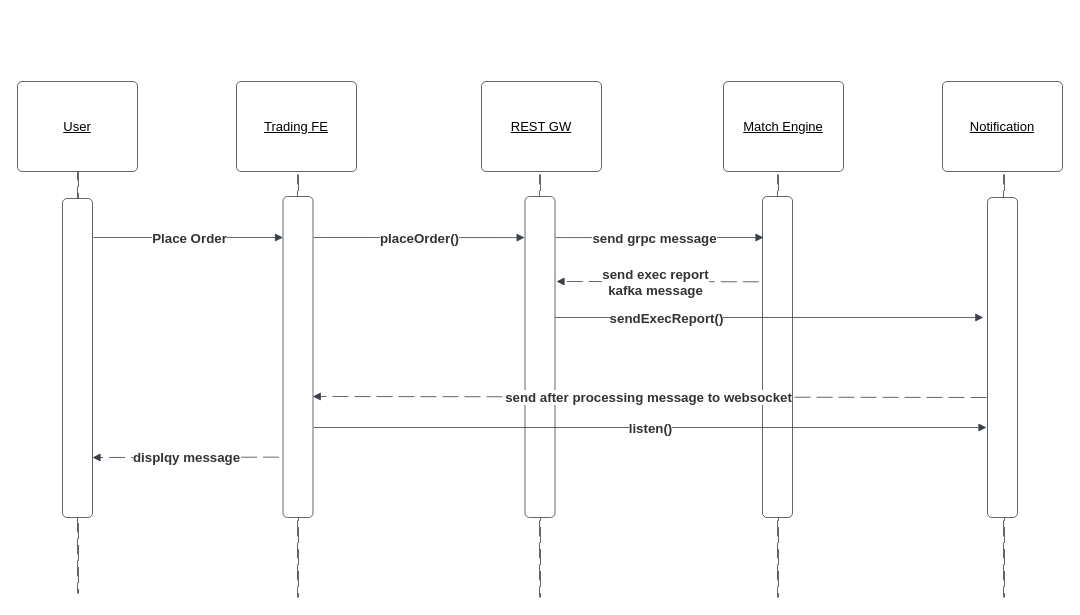
Above: working_ordes.drawio in xiaopingye/SpringCloudDemo (draw.io), before the change. Source tidied: cells renumbered, new cells numbered last; positions are measured from the earlier drawing's top-left corner, leaving out a move shared by most shapes. Both pictures are drawn from the tidied source at 100%, with x=0, y=0 at pixel (-134, 81).
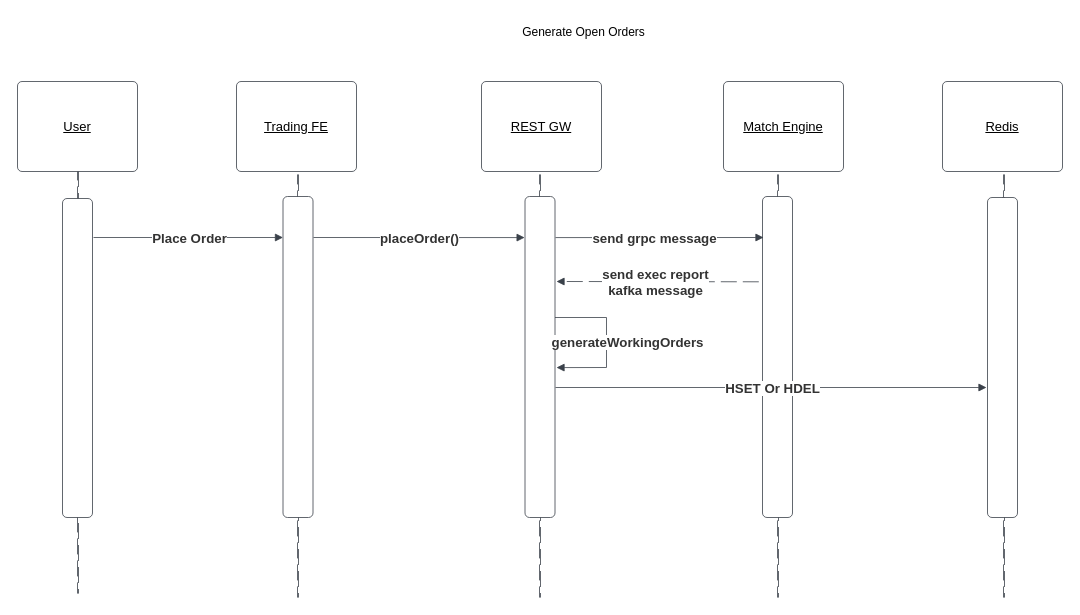
The same diagram, later.

The change refers to these unchanged cells:
```xml
<mxCell id="15" style="html=1;overflow=block;blockSpacing=1;whiteSpace=wrap;fontSize=13;spacing=0;strokeColor=#3a414a;strokeOpacity=100;rounded=1;absoluteArcSize=1;arcSize=9;strokeWidth=0.8;lucidId=p-NZh3E1zH06;" parent="1" vertex="1">
  <mxGeometry x="416.5" y="115" width="30" height="321" as="geometry" />
</mxCell>
<mxCell id="16" style="html=1;overflow=block;blockSpacing=1;whiteSpace=wrap;fontSize=13;spacing=0;strokeColor=#3a414a;strokeOpacity=100;rounded=1;absoluteArcSize=1;arcSize=9;strokeWidth=0.8;lucidId=Y-NZVu-vQOem;" parent="1" vertex="1">
  <mxGeometry x="658.5" y="115" width="30" height="321" as="geometry" />
</mxCell>
<mxCell id="21" style="html=1;overflow=block;blockSpacing=1;whiteSpace=wrap;fontSize=13;spacing=0;strokeColor=#3a414a;strokeOpacity=100;rounded=1;absoluteArcSize=1;arcSize=9;strokeWidth=0.8;lucidId=Q~NZrVW1zLrD;" parent="1" vertex="1">
  <mxGeometry x="1121" y="116" width="30" height="320" as="geometry" />
</mxCell>
```

Change to the diagram source:
```diff
@@
-    <mxCell id="6" value="Notification" style="html=1;overflow=block;blockSpacing=1;whiteSpace=wrap;fontSize=13;fontStyle=4;spacing=3.8;strokeColor=#3a414a;strokeOpacity=100;rounded=1;absoluteArcSize=1;arcSize=9;strokeWidth=0.8;lucidId=l9NZF5u.6GAb;" parent="1" vertex="1">
+    <mxCell id="6" value="Redis&lt;br&gt;" style="html=1;overflow=block;blockSpacing=1;whiteSpace=wrap;fontSize=13;fontStyle=4;spacing=3.8;strokeColor=#3a414a;strokeOpacity=100;rounded=1;absoluteArcSize=1;arcSize=9;strokeWidth=0.8;lucidId=l9NZF5u.6GAb;" parent="1" vertex="1">
       <mxGeometry x="1076" width="120" height="90" as="geometry" />
     </mxCell>
@@
-    <mxCell id="22" style="html=1;jettySize=18;whiteSpace=wrap;fontSize=13;strokeColor=#3a414a;strokeOpacity=100;dashed=1;fixDash=1;dashPattern=16 6;strokeWidth=0.8;rounded=0;startArrow=none;endArrow=block;endFill=1;entryX=0.992;entryY=0.623;lucidId=VaOZTp4riYNy;entryDx=0;entryDy=0;entryPerimeter=0;" parent="1" edge="1" target="15">
-      <mxGeometry relative="1" as="geometry">
-        <mxPoint x="1120" y="316" as="sourcePoint" />
-      </mxGeometry>
-    </mxCell>
-    <mxCell id="23" value="send after processing message to websocket" style="text;html=1;labelBackgroundColor=default;align=center;verticalAlign=middle;fontStyle=1;fontColor=#333333;fontSize=13.3;" parent="22" vertex="1">
-      <mxGeometry x="-0.64" relative="1" as="geometry">
-        <mxPoint x="-218" as="offset" />
-      </mxGeometry>
-    </mxCell>
@@
-    <mxCell id="28" style="html=1;jettySize=18;whiteSpace=wrap;fontSize=13;strokeColor=#3a414a;strokeOpacity=100;strokeWidth=0.8;rounded=0;startArrow=none;endArrow=block;endFill=1;entryX=-0.14;entryY=0.375;entryPerimeter=0;lucidId=--NZR8_Uenr~;entryDx=0;entryDy=0;" parent="1" edge="1" target="21">
+    <mxCell id="28" style="html=1;jettySize=18;whiteSpace=wrap;fontSize=13;strokeColor=#3a414a;strokeOpacity=100;strokeWidth=0.8;rounded=0;startArrow=none;endArrow=block;endFill=1;entryX=1.05;entryY=0.533;entryPerimeter=0;lucidId=--NZR8_Uenr~;entryDx=0;entryDy=0;" parent="1" edge="1" target="16">
       <mxGeometry relative="1" as="geometry">
         <mxPoint x="688.5" y="236" as="sourcePoint" />
+        <Array as="points">
+          <mxPoint x="740" y="236" />
+          <mxPoint x="740" y="286" />
+        </Array>
       </mxGeometry>
     </mxCell>
-    <mxCell id="29" value="sendExecReport()" style="text;html=1;labelBackgroundColor=default;align=center;verticalAlign=middle;fontStyle=1;fontColor=#333333;fontSize=13.3;" parent="28" vertex="1">
+    <mxCell id="29" value="generateWorkingOrders" style="text;html=1;labelBackgroundColor=default;align=center;verticalAlign=middle;fontStyle=1;fontColor=#333333;fontSize=13.3;" parent="28" vertex="1">
       <mxGeometry relative="1" as="geometry">
-        <mxPoint x="-103" as="offset" />
+        <mxPoint x="20" as="offset" />
       </mxGeometry>
     </mxCell>
-    <mxCell id="30" style="html=1;jettySize=18;whiteSpace=wrap;fontSize=13;strokeColor=#3a414a;strokeOpacity=100;strokeWidth=0.8;rounded=0;startArrow=none;endArrow=block;endFill=1;lucidId=--NZR8_Uenr~;" parent="1" edge="1">
-      <mxGeometry relative="1" as="geometry">
-        <mxPoint x="447.5" y="346" as="sourcePoint" />
-        <mxPoint x="1120" y="346" as="targetPoint" />
-      </mxGeometry>
-    </mxCell>
-    <mxCell id="31" value="listen()" style="text;html=1;labelBackgroundColor=default;align=center;verticalAlign=middle;fontStyle=1;fontColor=#333333;fontSize=13.3;" parent="30" vertex="1">
-      <mxGeometry relative="1" as="geometry" />
-    </mxCell>
-    <mxCell id="32" style="html=1;jettySize=18;whiteSpace=wrap;fontSize=13;strokeColor=#3a414a;strokeOpacity=100;dashed=1;fixDash=1;dashPattern=16 6;strokeWidth=0.8;rounded=0;startArrow=none;endArrow=block;endFill=1;entryX=0.992;entryY=0.623;lucidId=VaOZTp4riYNy;entryDx=0;entryDy=0;entryPerimeter=0;exitX=-0.13;exitY=0.812;exitDx=0;exitDy=0;exitPerimeter=0;" parent="1" edge="1" source="15">
-      <mxGeometry relative="1" as="geometry">
-        <mxPoint x="226" y="376" as="targetPoint" />
-      </mxGeometry>
-    </mxCell>
-    <mxCell id="33" value="displqy message" style="text;html=1;labelBackgroundColor=default;align=center;verticalAlign=middle;fontStyle=1;fontColor=#333333;fontSize=13.3;" parent="32" vertex="1">
-      <mxGeometry x="-0.64" relative="1" as="geometry">
-        <mxPoint x="-59" as="offset" />
-      </mxGeometry>
-    </mxCell>
+    <mxCell id="34" style="html=1;jettySize=18;whiteSpace=wrap;fontSize=13;strokeColor=#3a414a;strokeOpacity=100;strokeWidth=0.8;rounded=0;startArrow=none;endArrow=block;endFill=1;lucidId=--NZR8_Uenr~;" parent="1" edge="1">
+      <mxGeometry relative="1" as="geometry">
+        <mxPoint x="689" y="306" as="sourcePoint" />
+        <mxPoint x="1120" y="306" as="targetPoint" />
+      </mxGeometry>
+    </mxCell>
+    <mxCell id="35" value="HSET&amp;nbsp;Or HDEL" style="text;html=1;labelBackgroundColor=default;align=center;verticalAlign=middle;fontStyle=1;fontColor=#333333;fontSize=13.3;" parent="34" vertex="1">
+      <mxGeometry relative="1" as="geometry" />
+    </mxCell>
+    <mxCell id="36" value="Generate Open Orders" style="text;strokeColor=none;align=center;fillColor=none;html=1;verticalAlign=middle;whiteSpace=wrap;rounded=0;" parent="1" vertex="1">
+      <mxGeometry x="596" y="-64" width="243" height="30" as="geometry" />
+    </mxCell>
```
